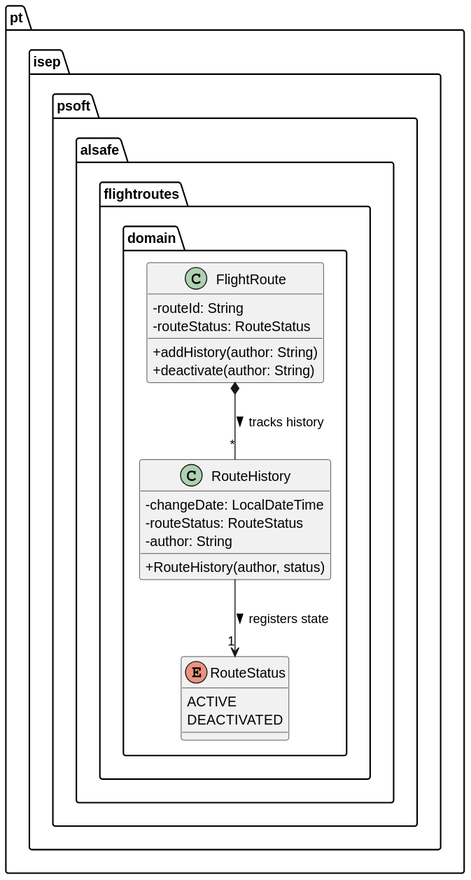
This is docs/use-cases/WP#3A/US111/svg/US111-CD.svg from Andre-1240567/psoft2026_2DB_1240567_1241013_1240624, a PlantUML export, as it was before one commit. The source it was exported from:
```plantuml
@startuml
skinparam classAttributeIconSize 0

package "pt.isep.psoft.alsafe.flightroutes.domain" {

    class FlightRoute {
        - routeId: String
        - routeStatus: RouteStatus
        + addHistory(author: String)
        + deactivate(author: String)
    }

    class RouteHistory {
        - changeDate: LocalDateTime
        - routeStatus: RouteStatus
        - author: String
        + RouteHistory(author, status)
    }

    enum RouteStatus {
        ACTIVE
        DEACTIVATED
    }
}

FlightRoute *-- "*" RouteHistory : tracks history >
RouteHistory --> "1" RouteStatus : registers state >
@enduml
```
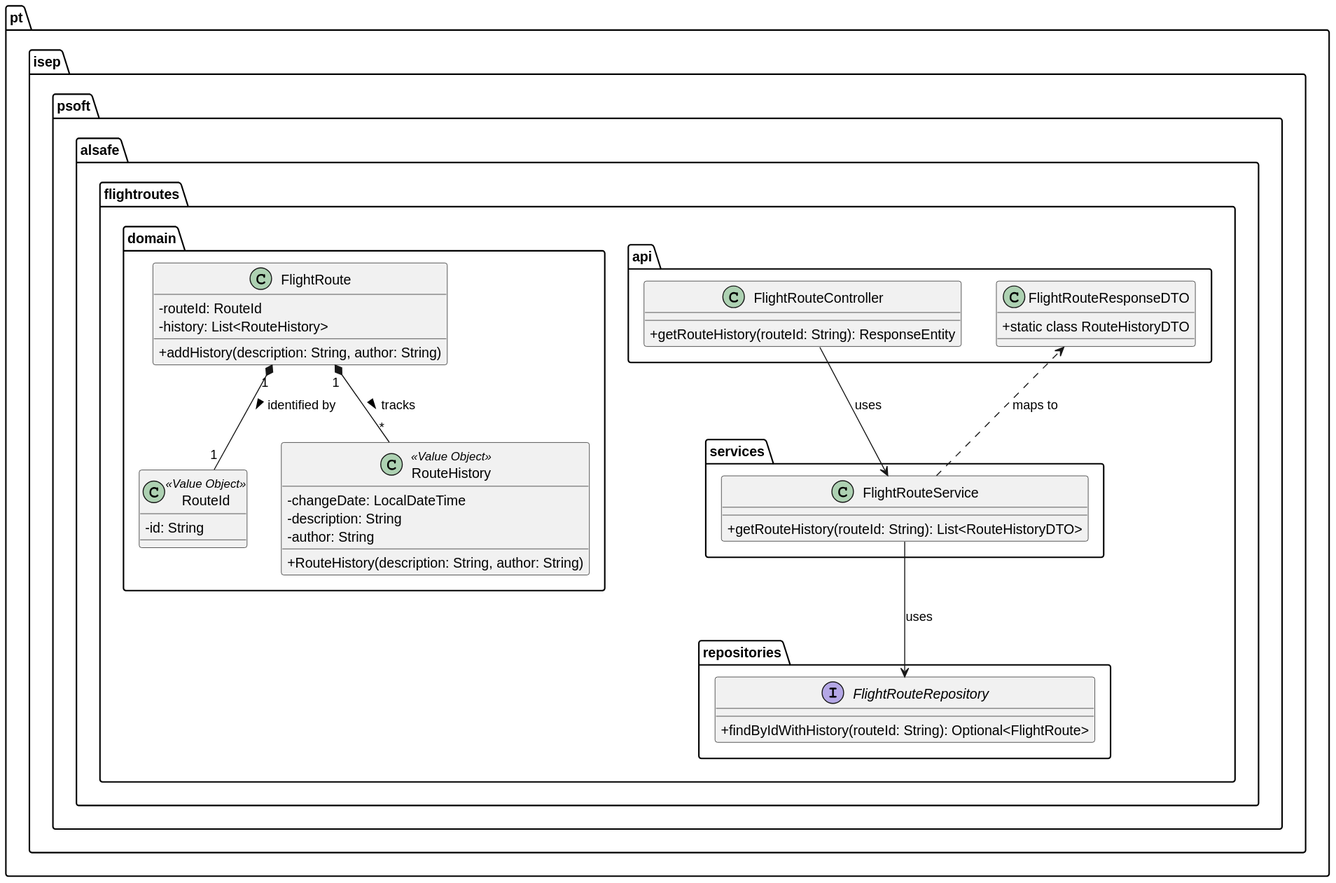
Later version of the same file.

What changed in the source:
```diff
@@ -1,28 +1,49 @@
 @startuml
 skinparam classAttributeIconSize 0
 
-package "pt.isep.psoft.alsafe.flightroutes.domain" {
-
-    class FlightRoute {
-        - routeId: String
-        - routeStatus: RouteStatus
-        + addHistory(author: String)
-        + deactivate(author: String)
+package "pt.isep.psoft.alsafe.flightroutes.api" {
+    class FlightRouteController {
+        + getRouteHistory(routeId: String): ResponseEntity
     }
-
-    class RouteHistory {
-        - changeDate: LocalDateTime
-        - routeStatus: RouteStatus
-        - author: String
-        + RouteHistory(author, status)
-    }
-
-    enum RouteStatus {
-        ACTIVE
-        DEACTIVATED
+    class FlightRouteResponseDTO {
+        + static class RouteHistoryDTO
     }
 }
 
-FlightRoute *-- "*" RouteHistory : tracks history >
-RouteHistory --> "1" RouteStatus : registers state >
+package "pt.isep.psoft.alsafe.flightroutes.services" {
+    class FlightRouteService {
+        + getRouteHistory(routeId: String): List<RouteHistoryDTO>
+    }
+}
+
+package "pt.isep.psoft.alsafe.flightroutes.repositories" {
+    interface FlightRouteRepository {
+        + findByIdWithHistory(routeId: String): Optional<FlightRoute>
+    }
+}
+
+package "pt.isep.psoft.alsafe.flightroutes.domain" {
+    class FlightRoute {
+        - routeId: RouteId
+        - history: List<RouteHistory>
+        + addHistory(description: String, author: String)
+    }
+
+    class RouteId <<Value Object>> {
+        - id: String
+    }
+
+    class RouteHistory <<Value Object>> {
+        - changeDate: LocalDateTime
+        - description: String
+        - author: String
+        + RouteHistory(description: String, author: String)
+    }
+}
+
+FlightRouteController --> FlightRouteService : uses
+FlightRouteService --> FlightRouteRepository : uses
+FlightRouteService ..> FlightRouteResponseDTO : maps to
+FlightRoute "1" *-- "1" RouteId : identified by >
+FlightRoute "1" *-- "*" RouteHistory : tracks >
 @enduml
```
